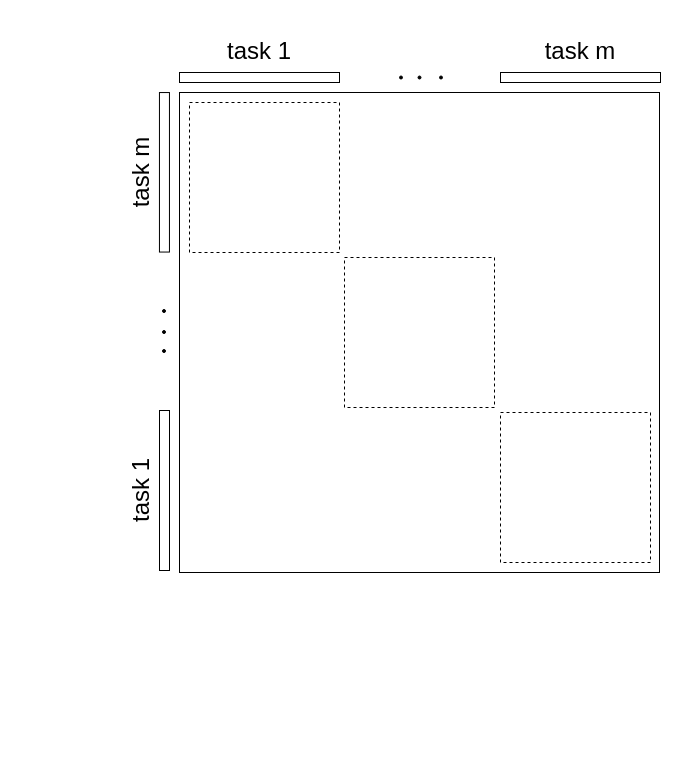
Earlier version of the draw.io diagram figures/multitask_covariance.drawio (joshuawe/sepsis). Source tidied: cells renumbered, new cells numbered last; positions are measured from the earlier drawing's top-left corner, leaving out a move shared by most shapes. Both pictures are drawn from the tidied source at 100%, with x=0, y=0 at pixel (-141, 36).
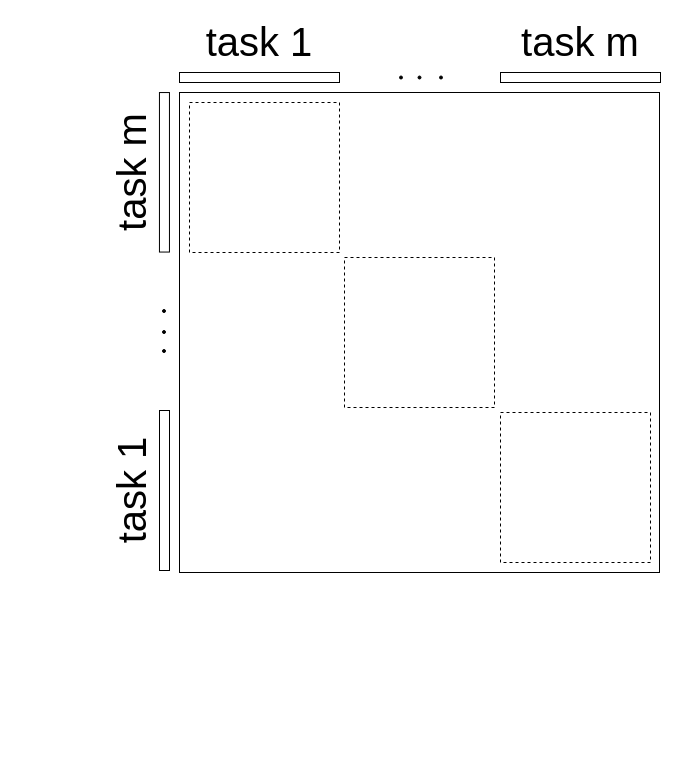
After the change.

Unchanged cells that the change refers to:
```xml
<mxCell id="10" style="group;rotation=-90;" parent="1" vertex="1">
  <mxGeometry y="306" width="560" height="245.5" as="geometry" />
</mxCell>
```

Change to the diagram source:
```diff
@@
-    <mxCell id="5" value="task 1" style="text;html=1;strokeColor=none;fillColor=none;align=center;verticalAlign=middle;whiteSpace=wrap;rounded=0;fontSize=24;" parent="1" vertex="1">
-      <mxGeometry x="320" width="160" height="30" as="geometry" />
+    <mxCell id="5" value="task 1" style="text;html=1;strokeColor=none;fillColor=none;align=center;verticalAlign=middle;whiteSpace=wrap;rounded=0;fontSize=40;" parent="1" vertex="1">
+      <mxGeometry x="320" y="-10" width="160" height="30" as="geometry" />
     </mxCell>
-    <mxCell id="6" value="task m" style="text;html=1;strokeColor=none;fillColor=none;align=center;verticalAlign=middle;whiteSpace=wrap;rounded=0;fontSize=24;" parent="1" vertex="1">
-      <mxGeometry x="641" width="160" height="30" as="geometry" />
+    <mxCell id="6" value="task m" style="text;html=1;strokeColor=none;fillColor=none;align=center;verticalAlign=middle;whiteSpace=wrap;rounded=0;fontSize=40;" parent="1" vertex="1">
+      <mxGeometry x="641" y="-10" width="160" height="30" as="geometry" />
     </mxCell>
@@
-    <mxCell id="13" value="task 1" style="text;html=1;strokeColor=none;fillColor=none;align=center;verticalAlign=middle;whiteSpace=wrap;rounded=0;fontSize=24;rotation=-90;" parent="10" vertex="1">
-      <mxGeometry x="201.5" y="133.5" width="159" height="30" as="geometry" />
+    <mxCell id="13" value="task 1" style="text;html=1;strokeColor=none;fillColor=none;align=center;verticalAlign=middle;whiteSpace=wrap;rounded=0;fontSize=40;rotation=-90;" parent="10" vertex="1">
+      <mxGeometry x="191.5" y="133.5" width="159" height="30" as="geometry" />
     </mxCell>
-    <mxCell id="14" value="task m" style="text;html=1;strokeColor=none;fillColor=none;align=center;verticalAlign=middle;whiteSpace=wrap;rounded=0;fontSize=24;rotation=-90;" parent="10" vertex="1">
-      <mxGeometry x="200.5" y="-184.5" width="161" height="30" as="geometry" />
+    <mxCell id="14" value="task m" style="text;html=1;strokeColor=none;fillColor=none;align=center;verticalAlign=middle;whiteSpace=wrap;rounded=0;fontSize=40;rotation=-90;" parent="10" vertex="1">
+      <mxGeometry x="190.5" y="-184.5" width="161" height="30" as="geometry" />
     </mxCell>
```
